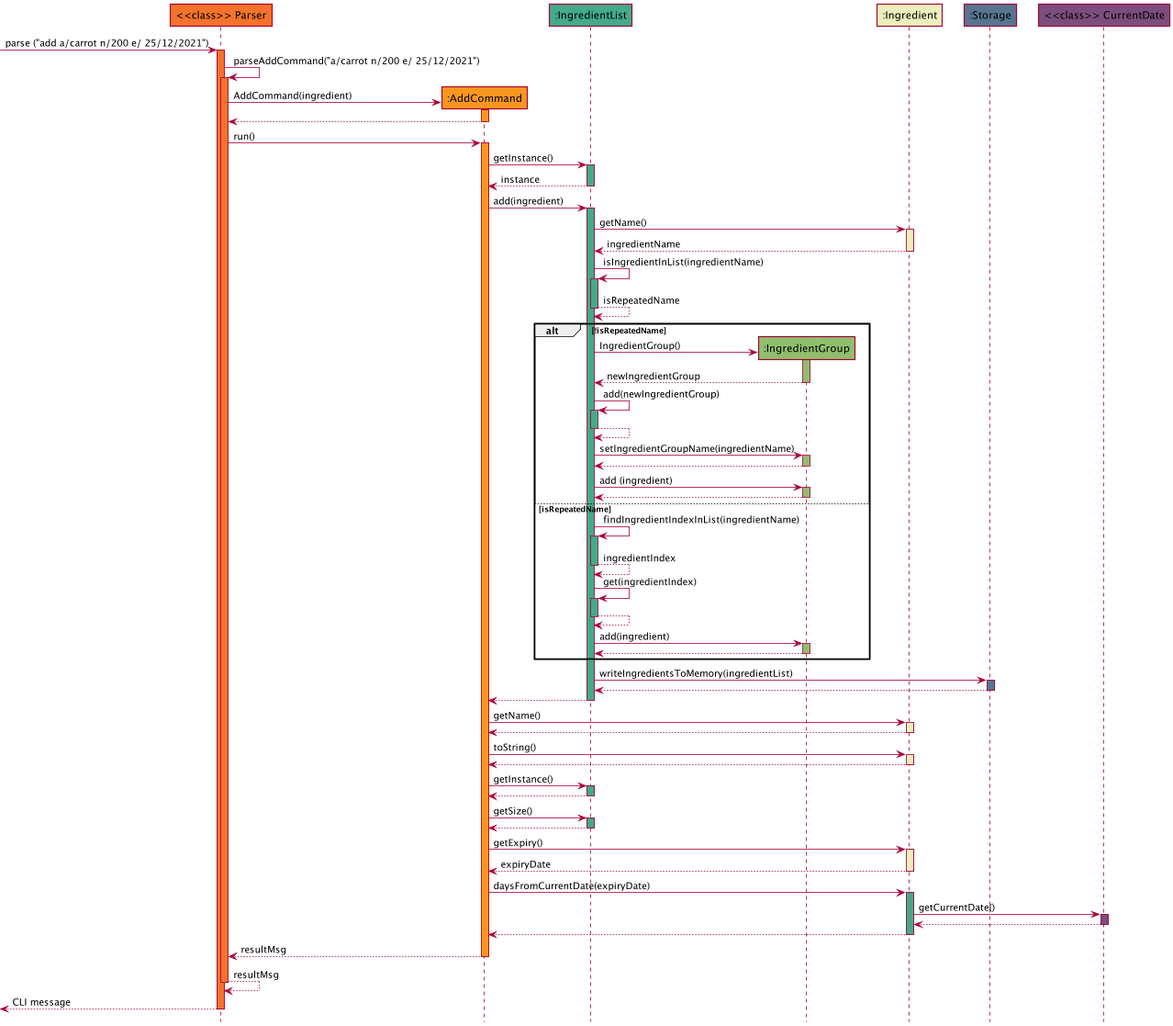
Earlier version of the PlantUML export docs/images/AddSequenceDiagram.png (nus-cs2113-AY2122S1/tp). Its diagram source:
```plantuml
@startuml
!include style.puml


Participant "<<class>> Parser" as parser PARSER_COLOUR
Participant ":AddCommand" as add COMMAND_COLOUR
Participant ":IngredientList" as ingredient_list INGREDIENTLIST_COLOUR
Participant ":IngredientGroup" as ingredient_group INGREDIENTGROUP_COLOUR
Participant ":Ingredient" as ingredientClass INGREDIENT_COLOUR
Participant ":Storage" as storage STORAGE_COLOUR
Participant "<<class>> CurrentDate" as currentDate DATE_COLOUR


-> parser: parse ("add a/carrot n/200 e/ 25/12/2021")
activate parser PARSER_COLOUR

parser -> parser : parseAddCommand("a/carrot n/200 e/ 25/12/2021")
activate parser PARSER_COLOUR

parser -> add **: AddCommand(ingredient)
activate add COMMAND_COLOUR
return

parser -> add : run()
activate add COMMAND_COLOUR

add -> ingredient_list : getInstance()
activate ingredient_list INGREDIENTLIST_COLOUR
return instance

add -> ingredient_list : add(ingredient)
activate ingredient_list INGREDIENTLIST_COLOUR

ingredient_list -> ingredientClass : getName()
activate ingredientClass INGREDIENT_COLOUR
return ingredientName

ingredient_list -> ingredient_list : isIngredientInList(ingredientName)
activate ingredient_list INGREDIENTLIST_COLOUR
return isRepeatedName

alt !isRepeatedName
    ingredient_list -> ingredient_group **: IngredientGroup()
    activate ingredient_group INGREDIENTGROUP_COLOUR
    return newIngredientGroup

    ingredient_list -> ingredient_list : add(newIngredientGroup)
    activate ingredient_list INGREDIENTLIST_COLOUR
    return

    ingredient_list -> ingredient_group : setIngredientGroupName(ingredientName)
    activate ingredient_group INGREDIENTGROUP_COLOUR
    return

    ingredient_list -> ingredient_group : add (ingredient)
    activate ingredient_group INGREDIENTGROUP_COLOUR
    return


    else isRepeatedName
    ingredient_list -> ingredient_list : findIngredientIndexInList(ingredientName)
        activate ingredient_list INGREDIENTLIST_COLOUR
        return ingredientIndex

        ingredient_list -> ingredient_list : get(ingredientIndex)
        activate ingredient_list INGREDIENTLIST_COLOUR
        return
        ingredient_list -> ingredient_group : add(ingredient)
        activate ingredient_group INGREDIENTGROUP_COLOUR
        return
end

ingredient_list -> storage : writeIngredientsToMemory(ingredientList)
activate storage STORAGE_COLOUR
return

return

add -> ingredientClass : getName()
activate ingredientClass INGREDIENT_COLOUR
return

add -> ingredientClass : toString()
activate ingredientClass INGREDIENT_COLOUR
return

add -> ingredient_list : getInstance()
activate ingredient_list INGREDIENTLIST_COLOUR
return

add -> ingredient_list : getSize()
activate ingredient_list INGREDIENTLIST_COLOUR
return

add -> ingredientClass : getExpiry()
activate ingredientClass INGREDIENT_COLOUR
return expiryDate

add -> ingredientClass : daysFromCurrentDate(expiryDate)
activate ingredientClass INGREDIENTLIST_COLOUR

ingredientClass -> currentDate : getCurrentDate()
activate currentDate DATE_COLOUR
return
return
return resultMsg
return resultMsg
return CLI message











@enduml
```
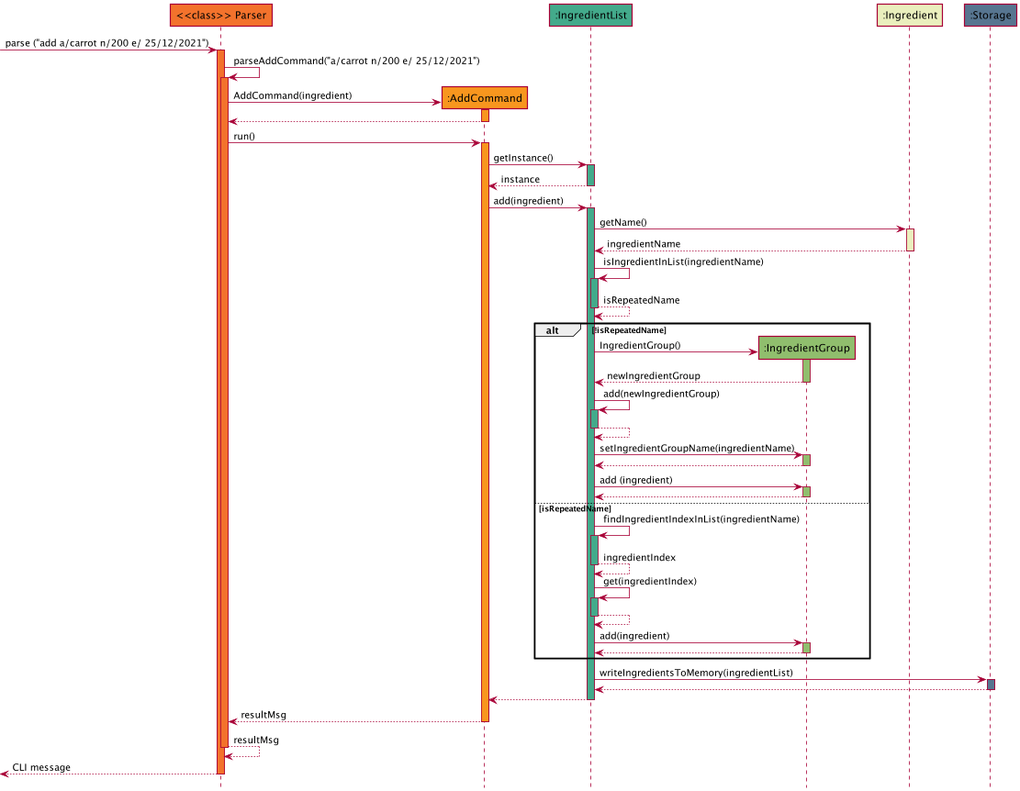
Later version of the same file.

Commit message:
Add ingredient group component add ingredient implementation, udpate IngredientList authorship

What changed in the source:
```diff
@@ -8,7 +8,6 @@
 Participant ":IngredientGroup" as ingredient_group INGREDIENTGROUP_COLOUR
 Participant ":Ingredient" as ingredientClass INGREDIENT_COLOUR
 Participant ":Storage" as storage STORAGE_COLOUR
-Participant "<<class>> CurrentDate" as currentDate DATE_COLOUR
 
 
 -> parser: parse ("add a/carrot n/200 e/ 25/12/2021")
@@ -76,33 +75,6 @@
 
 return
 
-add -> ingredientClass : getName()
-activate ingredientClass INGREDIENT_COLOUR
-return
-
-add -> ingredientClass : toString()
-activate ingredientClass INGREDIENT_COLOUR
-return
-
-add -> ingredient_list : getInstance()
-activate ingredient_list INGREDIENTLIST_COLOUR
-return
-
-add -> ingredient_list : getSize()
-activate ingredient_list INGREDIENTLIST_COLOUR
-return
-
-add -> ingredientClass : getExpiry()
-activate ingredientClass INGREDIENT_COLOUR
-return expiryDate
-
-add -> ingredientClass : daysFromCurrentDate(expiryDate)
-activate ingredientClass INGREDIENTLIST_COLOUR
-
-ingredientClass -> currentDate : getCurrentDate()
-activate currentDate DATE_COLOUR
-return
-return
 return resultMsg
 return resultMsg
 return CLI message
```
